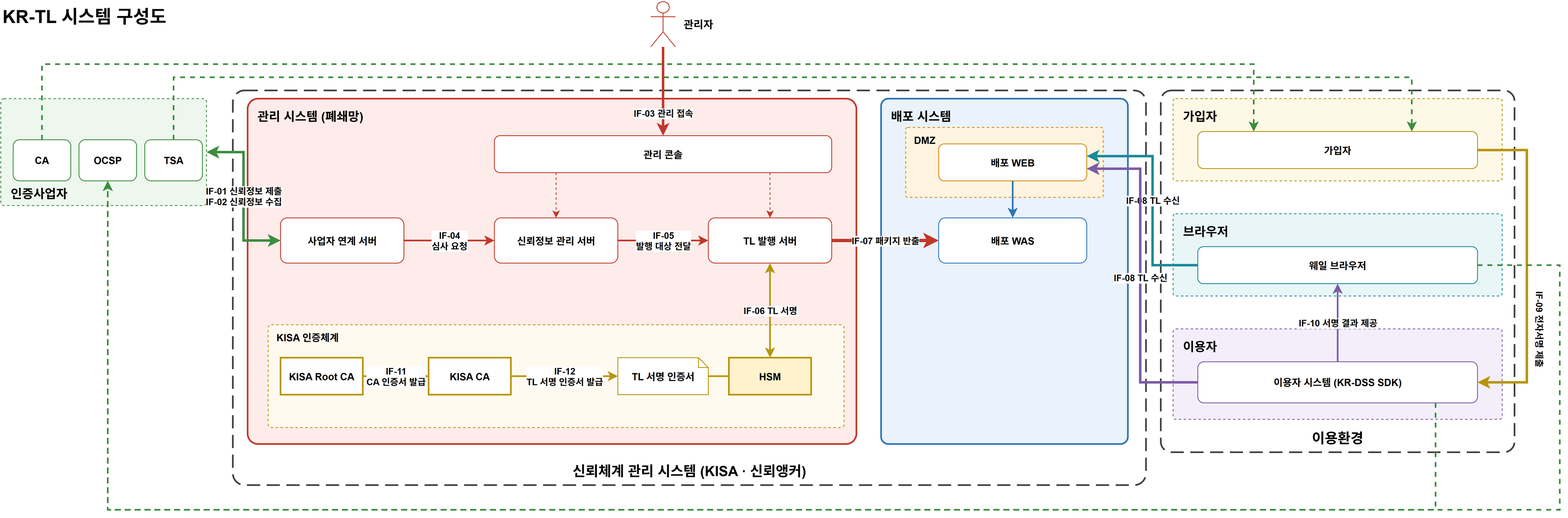
yongsungkim-electcerti/kr-dss keeps this draw.io diagram as docs/design/KR-TL-관리시스템/diagrams/krtl-system.drawio.png. Above is the earlier version. Source tidied: cells renumbered, new cells last; positions are measured from the earlier drawing's top-left corner, leaving out a move shared by most shapes.
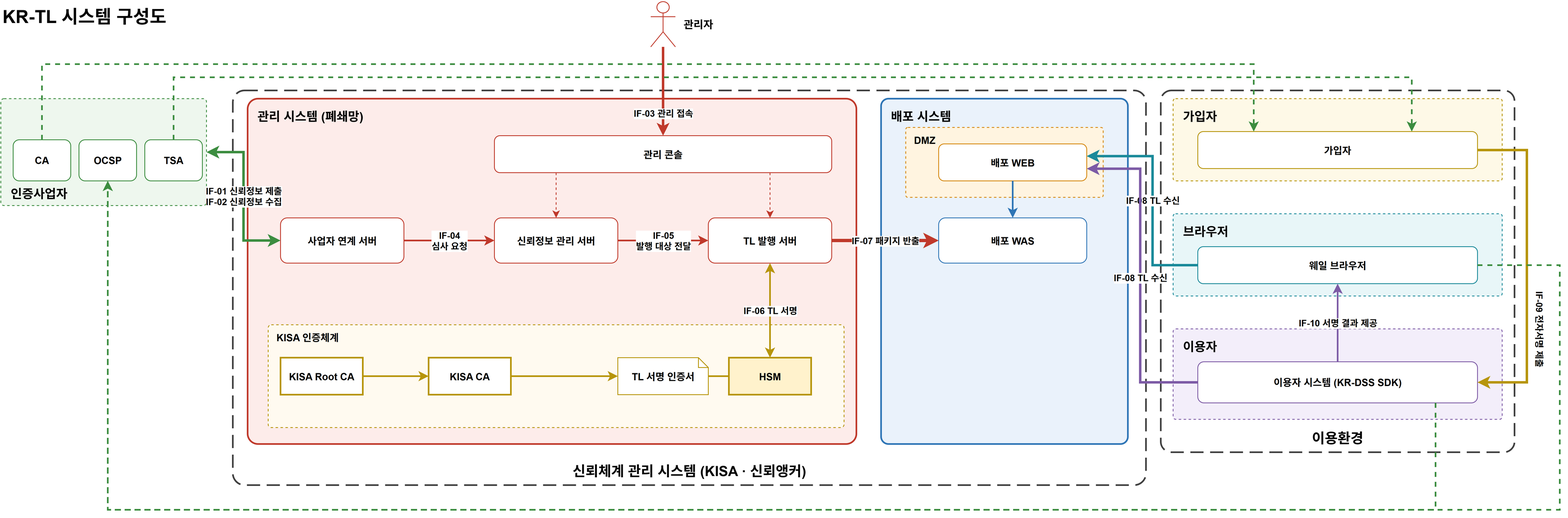
The same file after the commit.

Change to the diagram source:
```diff
@@ -112,10 +112,10 @@
     <mxCell id="36" value="IF-06 TL 서명" style="edgeStyle=orthogonalEdgeStyle;rounded=0;html=1;fontSize=11;fontStyle=1;labelBackgroundColor=#ffffff;strokeColor=#b7950b;strokeWidth=2;exitX=0.5;exitY=1;entryX=0.5;entryY=0;startArrow=classic;" parent="1" edge="1" source="20" target="24">
       <mxGeometry relative="1" as="geometry" />
     </mxCell>
-    <mxCell id="37" value="IF-11&lt;br&gt;CA 인증서 발급" style="edgeStyle=orthogonalEdgeStyle;rounded=0;html=1;fontSize=11;fontStyle=1;labelBackgroundColor=#ffffff;strokeColor=#b7950b;strokeWidth=2;exitX=1;exitY=0.5;entryX=0;entryY=0.5;" parent="1" edge="1" source="21" target="22">
+    <mxCell id="37" style="edgeStyle=orthogonalEdgeStyle;rounded=0;html=1;fontSize=11;fontStyle=1;labelBackgroundColor=#ffffff;strokeColor=#b7950b;strokeWidth=2;exitX=1;exitY=0.5;entryX=0;entryY=0.5;" parent="1" edge="1" source="21" target="22">
       <mxGeometry relative="1" as="geometry" />
     </mxCell>
-    <mxCell id="38" value="IF-12&lt;br&gt;TL 서명 인증서 발급" style="edgeStyle=orthogonalEdgeStyle;rounded=0;html=1;fontSize=11;fontStyle=1;labelBackgroundColor=#ffffff;strokeColor=#b7950b;strokeWidth=2;exitX=1;exitY=0.5;entryX=0;entryY=0.5;" parent="1" edge="1" source="22" target="23">
+    <mxCell id="38" style="edgeStyle=orthogonalEdgeStyle;rounded=0;html=1;fontSize=11;fontStyle=1;labelBackgroundColor=#ffffff;strokeColor=#b7950b;strokeWidth=2;exitX=1;exitY=0.5;entryX=0;entryY=0.5;" parent="1" edge="1" source="22" target="23">
       <mxGeometry relative="1" as="geometry" />
     </mxCell>
     <mxCell id="39" style="edgeStyle=orthogonalEdgeStyle;rounded=0;html=1;fontSize=11;fontStyle=1;labelBackgroundColor=#ffffff;strokeColor=#b7950b;strokeWidth=2;exitX=1;exitY=0.5;entryX=0;entryY=0.5;endArrow=none;" parent="1" edge="1" source="23" target="24">
```
